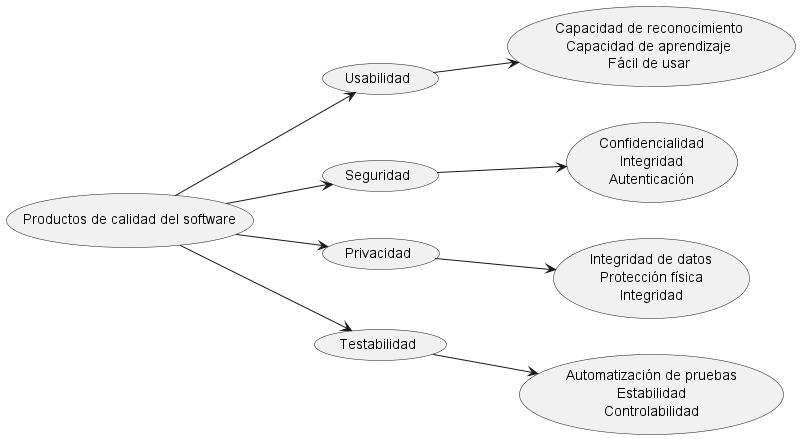
Arquisoft/lomap_es5a keeps this PlantUML diagram as images/Quality tree.png. Above is the earlier version. The source it was exported from:
```plantuml
@startuml
left to right direction
(Productos de calidad del software) as (PDC)
(Usabilidad) as (US)
(Seguridad) as (SE)
(Privacidad) as (PR)
(Testabilidad) as (TS)
(Capacidad de reconocimiento\nCapacidad de aprendizaje\nFácil de usar) as (CCF)
(Confidencialidad\nIntegridad\nAutenticación) as (CIA)
(Integridad de datos\nProtección física\nIntegridad) as (IPI)
(Automatización de pruebas\nEstabilidad\nControlabilidad) as (AEC)

PDC --> US
PDC --> SE
PDC --> PR
PDC --> TS
US --> CCF
SE --> CIA
PR --> IPI
TS --> AEC

@enduml
```
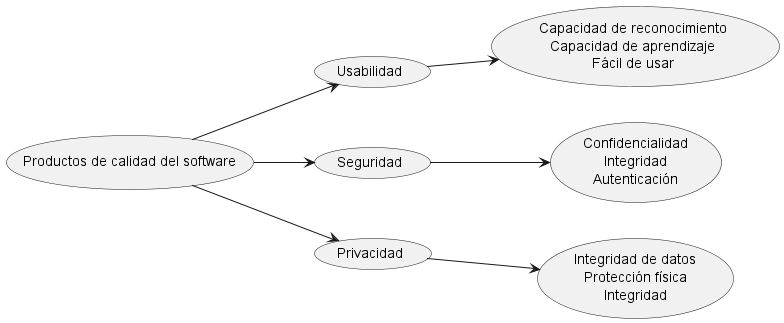
After the commit.

The edit, as a diff of the source:
```diff
@@ -4,19 +4,15 @@
 (Usabilidad) as (US)
 (Seguridad) as (SE)
 (Privacidad) as (PR)
-(Testabilidad) as (TS)
 (Capacidad de reconocimiento\nCapacidad de aprendizaje\nFácil de usar) as (CCF)
 (Confidencialidad\nIntegridad\nAutenticación) as (CIA)
 (Integridad de datos\nProtección física\nIntegridad) as (IPI)
-(Automatización de pruebas\nEstabilidad\nControlabilidad) as (AEC)
 
 PDC --> US
 PDC --> SE
 PDC --> PR
-PDC --> TS
 US --> CCF
 SE --> CIA
 PR --> IPI
-TS --> AEC
 
 @enduml
```
